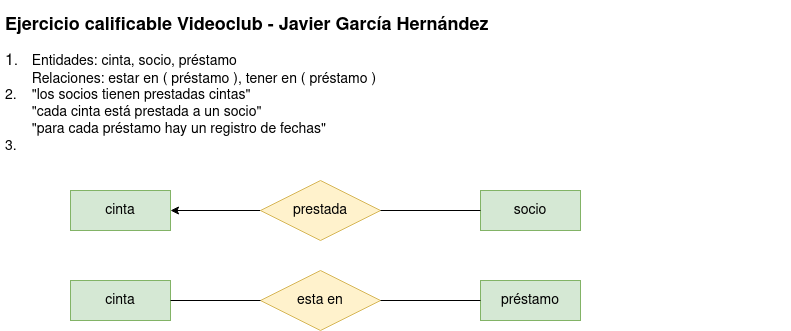
This is ejercicioevaluable1.png from javigh193/bae, a draw.io export, as it was before one commit. Source tidied: cells renumbered, new cells last; positions are measured from the earlier drawing's top-left corner, leaving out a move shared by most shapes.
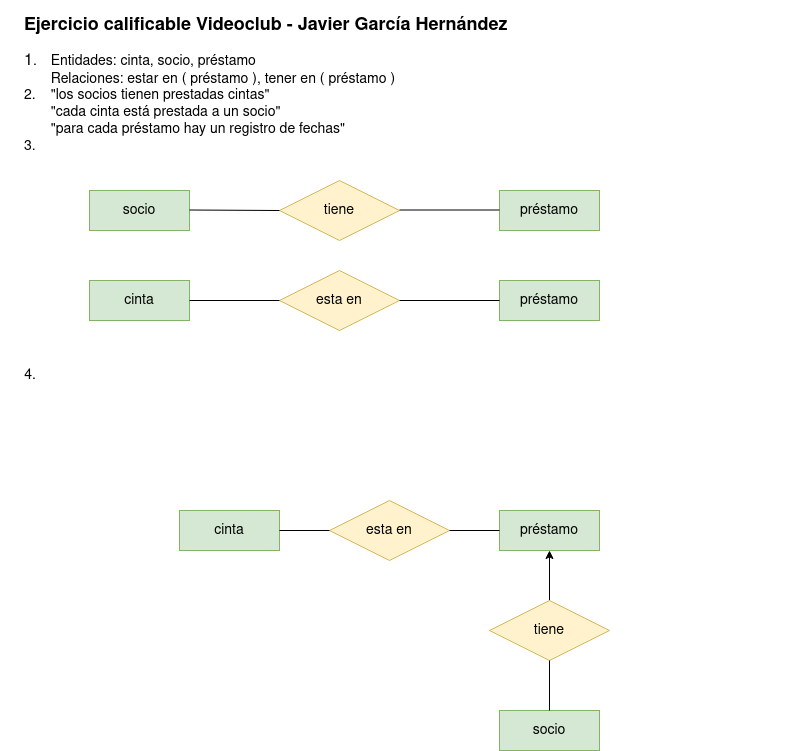
After the commit.

The edit, as a diff of the source:
```diff
@@ -5,21 +5,15 @@
     <mxCell id="2" value="&lt;h2 id=&quot;yui_3_17_2_1_1665765307207_40&quot;&gt;Ejercicio calificable Videoclub - Javier García Hernández&lt;/h2&gt;&lt;div&gt;&lt;font style=&quot;font-size: 14px;&quot;&gt;&lt;font size=&quot;3&quot;&gt;1&lt;/font&gt;.&amp;nbsp;&lt;span style=&quot;white-space: pre;&quot;&gt;&#9;&lt;/span&gt;Entidades: cinta, socio, préstamo&lt;/font&gt;&lt;/div&gt;&lt;div&gt;&lt;font style=&quot;font-size: 14px;&quot;&gt;&amp;nbsp;&amp;nbsp;&amp;nbsp;&amp;nbsp; &lt;span style=&quot;white-space: pre;&quot;&gt;&#9;&lt;/span&gt;Relaciones: estar en ( préstamo ), tener en ( préstamo )&lt;/font&gt;&lt;/div&gt;&lt;div&gt;&lt;font style=&quot;font-size: 14px;&quot;&gt;2. &lt;span style=&quot;white-space: pre;&quot;&gt;&#9;&lt;/span&gt;&quot;los socios tienen prestadas cintas&quot;&lt;/font&gt;&lt;/div&gt;&lt;div&gt;&lt;font style=&quot;font-size: 14px;&quot;&gt;&amp;nbsp;&amp;nbsp;&amp;nbsp; &lt;span style=&quot;white-space: pre;&quot;&gt;&#9;&lt;/span&gt;&quot;cada cinta está prestada a un socio&quot;&lt;/font&gt;&lt;/div&gt;&lt;div&gt;&lt;font style=&quot;font-size: 14px;&quot;&gt;&lt;span style=&quot;white-space: pre;&quot;&gt;&#9;&lt;/span&gt;&quot;para cada préstamo hay un registro de fechas&quot;&lt;/font&gt;&lt;/div&gt;&lt;div&gt;&lt;font style=&quot;font-size: 14px;&quot;&gt;3.&lt;br&gt;&lt;/font&gt;&lt;/div&gt;&lt;div&gt;&lt;font style=&quot;font-size: 14px;&quot;&gt;&lt;span style=&quot;white-space: pre;&quot;&gt;&#9;&lt;/span&gt;&lt;br&gt;&lt;/font&gt;&lt;/div&gt;&lt;div&gt;&lt;font style=&quot;font-size: 14px;&quot;&gt;&lt;br&gt;&lt;/font&gt;&lt;/div&gt;&lt;h1&gt;&lt;/h1&gt;&lt;p&gt;&lt;br&gt;&lt;/p&gt;" style="text;html=1;strokeColor=none;fillColor=none;spacing=5;spacingTop=-20;whiteSpace=wrap;overflow=hidden;rounded=0;" parent="1" vertex="1">
       <mxGeometry width="790" height="160" as="geometry" />
     </mxCell>
-    <mxCell id="3" value="cinta" style="whiteSpace=wrap;html=1;align=center;fontSize=14;fillColor=#d5e8d4;strokeColor=#82b366;" parent="1" vertex="1">
+    <mxCell id="3" value="socio" style="whiteSpace=wrap;html=1;align=center;fontSize=14;fillColor=#d5e8d4;strokeColor=#82b366;" parent="1" vertex="1">
       <mxGeometry x="70" y="180" width="100" height="40" as="geometry" />
     </mxCell>
-    <mxCell id="4" value="socio" style="whiteSpace=wrap;html=1;align=center;fontSize=14;fillColor=#d5e8d4;strokeColor=#82b366;" parent="1" vertex="1">
+    <mxCell id="4" value="préstamo" style="whiteSpace=wrap;html=1;align=center;fontSize=14;fillColor=#d5e8d4;strokeColor=#82b366;" parent="1" vertex="1">
       <mxGeometry x="480" y="180" width="100" height="40" as="geometry" />
     </mxCell>
-    <mxCell id="5" style="edgeStyle=orthogonalEdgeStyle;rounded=0;jettySize=auto;html=1;entryX=1;entryY=0.5;entryDx=0;entryDy=0;fontSize=14;" parent="1" edge="1" source="6" target="3">
-      <mxGeometry relative="1" as="geometry" />
-    </mxCell>
-    <mxCell id="6" value="prestada" style="shape=rhombus;perimeter=rhombusPerimeter;whiteSpace=wrap;html=1;align=center;fontSize=14;fillColor=#fff2cc;strokeColor=#d6b656;" parent="1" vertex="1">
+    <mxCell id="6" value="tiene" style="shape=rhombus;perimeter=rhombusPerimeter;whiteSpace=wrap;html=1;align=center;fontSize=14;fillColor=#fff2cc;strokeColor=#d6b656;" parent="1" vertex="1">
       <mxGeometry x="260" y="170" width="120" height="60" as="geometry" />
     </mxCell>
-    <mxCell id="7" style="endArrow=none;html=1;rounded=0;fontSize=14;exitX=1;exitY=0.5;exitDx=0;exitDy=0;entryX=0;entryY=0.5;entryDx=0;entryDy=0;" parent="1" edge="1" source="6" target="4">
-      <mxGeometry relative="1" as="geometry" />
-    </mxCell>
     <mxCell id="8" value="cinta" style="whiteSpace=wrap;html=1;align=center;fontSize=14;fillColor=#d5e8d4;strokeColor=#82b366;" parent="1" vertex="1">
       <mxGeometry x="70" y="270" width="100" height="40" as="geometry" />
     </mxCell>
@@ -35,5 +29,46 @@
     <mxCell id="12" style="endArrow=none;html=1;rounded=0;fontSize=14;exitX=1;exitY=0.5;exitDx=0;exitDy=0;entryX=0;entryY=0.5;entryDx=0;entryDy=0;" parent="1" edge="1" source="8" target="10">
       <mxGeometry relative="1" as="geometry" />
     </mxCell>
+    <mxCell id="13" value="4." style="text;html=1;strokeColor=none;fillColor=none;align=center;verticalAlign=middle;whiteSpace=wrap;rounded=0;fontSize=14;" parent="1" vertex="1">
+      <mxGeometry x="-19" y="350" width="60" height="30" as="geometry" />
+    </mxCell>
+    <mxCell id="14" value="cinta" style="whiteSpace=wrap;html=1;align=center;fontSize=14;fillColor=#d5e8d4;strokeColor=#82b366;" parent="1" vertex="1">
+      <mxGeometry x="160" y="500" width="100" height="40" as="geometry" />
+    </mxCell>
+    <mxCell id="15" value="socio" style="whiteSpace=wrap;html=1;align=center;fontSize=14;fillColor=#d5e8d4;strokeColor=#82b366;" parent="1" vertex="1">
+      <mxGeometry x="480" y="700" width="100" height="40" as="geometry" />
+    </mxCell>
+    <mxCell id="16" value="préstamo" style="whiteSpace=wrap;html=1;align=center;fontSize=14;fillColor=#d5e8d4;strokeColor=#82b366;" parent="1" vertex="1">
+      <mxGeometry x="480" y="500" width="100" height="40" as="geometry" />
+    </mxCell>
+    <mxCell id="17" style="endArrow=none;html=1;rounded=0;fontSize=14;exitX=1;exitY=0.5;exitDx=0;exitDy=0;entryX=0;entryY=0.5;entryDx=0;entryDy=0;" parent="1" edge="1">
+      <mxGeometry relative="1" as="geometry">
+        <mxPoint x="380" y="199.5" as="sourcePoint" />
+        <mxPoint x="480" y="199.5" as="targetPoint" />
+      </mxGeometry>
+    </mxCell>
+    <mxCell id="18" style="endArrow=none;html=1;rounded=0;fontSize=14;exitX=1;exitY=0.5;exitDx=0;exitDy=0;entryX=0;entryY=0.5;entryDx=0;entryDy=0;" parent="1" edge="1" target="6">
+      <mxGeometry relative="1" as="geometry">
+        <mxPoint x="170" y="199.5" as="sourcePoint" />
+      </mxGeometry>
+    </mxCell>
+    <mxCell id="19" style="edgeStyle=orthogonalEdgeStyle;rounded=0;jettySize=auto;html=1;entryX=0.5;entryY=1;entryDx=0;entryDy=0;fontSize=14;" parent="1" edge="1" source="20" target="16">
+      <mxGeometry relative="1" as="geometry" />
+    </mxCell>
+    <mxCell id="20" value="tiene" style="shape=rhombus;perimeter=rhombusPerimeter;whiteSpace=wrap;html=1;align=center;fontSize=14;fillColor=#fff2cc;strokeColor=#d6b656;" parent="1" vertex="1">
+      <mxGeometry x="470" y="590" width="120" height="60" as="geometry" />
+    </mxCell>
+    <mxCell id="21" value="esta en" style="shape=rhombus;perimeter=rhombusPerimeter;whiteSpace=wrap;html=1;align=center;fontSize=14;fillColor=#fff2cc;strokeColor=#d6b656;" parent="1" vertex="1">
+      <mxGeometry x="310" y="490" width="120" height="60" as="geometry" />
+    </mxCell>
+    <mxCell id="22" style="endArrow=none;html=1;rounded=0;fontSize=14;exitX=1;exitY=0.5;exitDx=0;exitDy=0;entryX=0;entryY=0.5;entryDx=0;entryDy=0;" parent="1" edge="1" source="14" target="21">
+      <mxGeometry relative="1" as="geometry" />
+    </mxCell>
+    <mxCell id="23" style="endArrow=none;html=1;rounded=0;fontSize=14;exitX=1;exitY=0.5;exitDx=0;exitDy=0;entryX=0;entryY=0.5;entryDx=0;entryDy=0;" parent="1" edge="1" source="21" target="16">
+      <mxGeometry relative="1" as="geometry" />
+    </mxCell>
+    <mxCell id="24" style="endArrow=none;html=1;rounded=0;fontSize=14;entryX=0.5;entryY=0;entryDx=0;entryDy=0;exitX=0.5;exitY=1;exitDx=0;exitDy=0;" parent="1" edge="1" source="20" target="15">
+      <mxGeometry relative="1" as="geometry" />
+    </mxCell>
   </root>
 </mxGraphModel>
```
